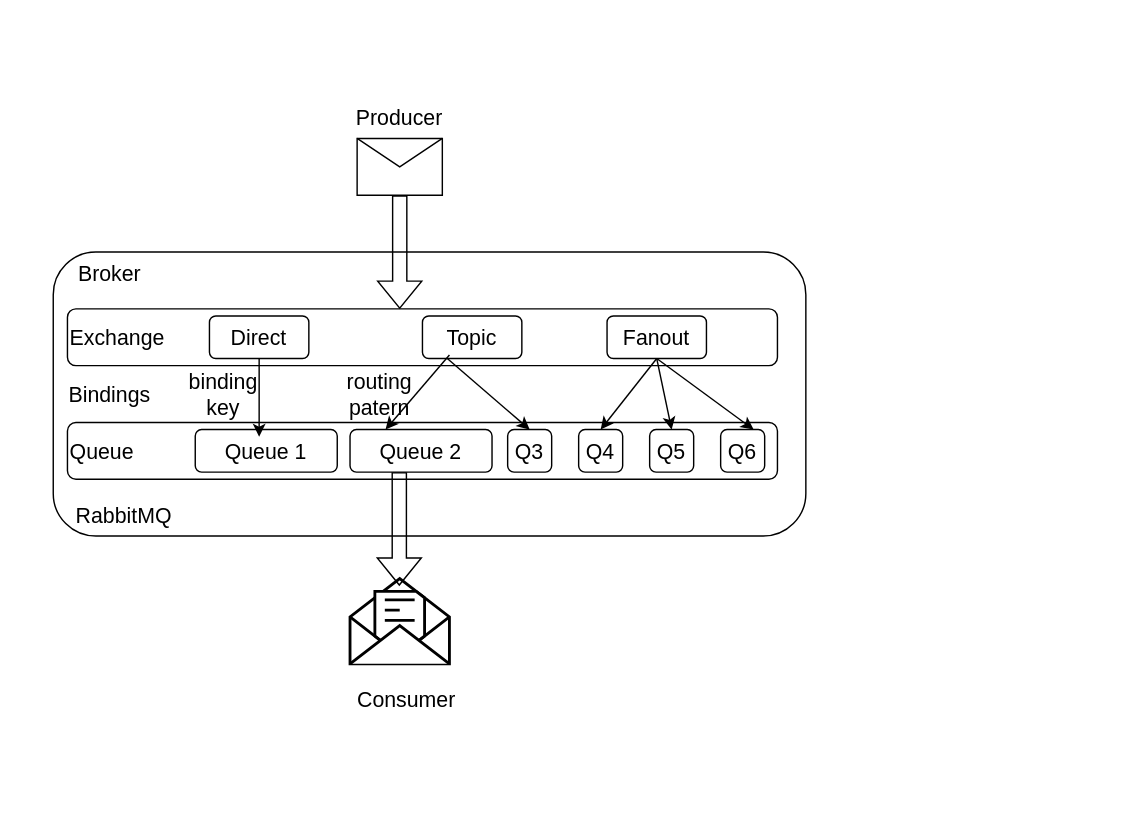
Above: RabbitMQ_Basics.drawio in quyettranvu/Diagram-Fullstack-SQL-Docker-Nginx (draw.io), before the change. Source tidied: cells renumbered, new cells numbered last; positions are measured from the earlier drawing's top-left corner, leaving out a move shared by most shapes. Both pictures are drawn from the tidied source at 142%, with x=0, y=0 at pixel (53, 95).
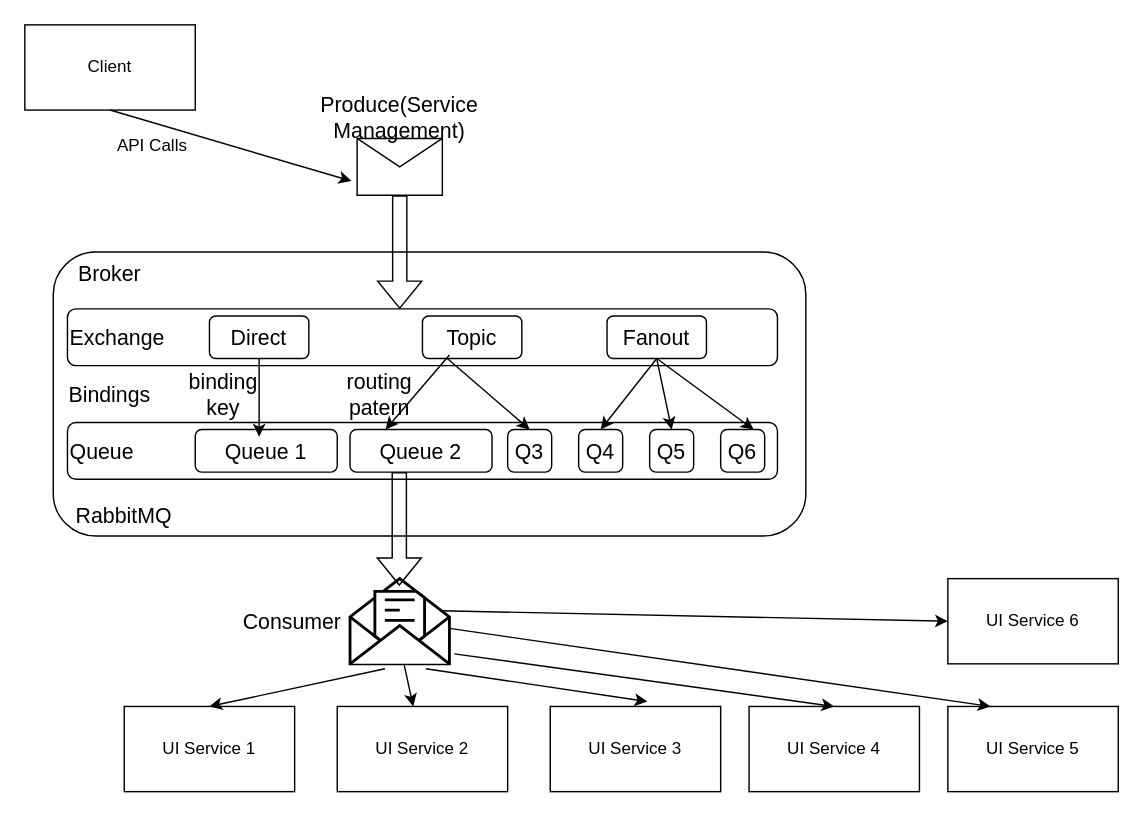
After the change.

Commit message:
Cập nhật RabbitMQ_Basics.drawio

Unchanged cells that the change refers to:
```xml
<mxCell id="3" style="html=1;verticalLabelPosition=bottom;align=center;labelBackgroundColor=#ffffff;verticalAlign=top;strokeWidth=2;shadow=0;dashed=0;shape=mxgraph.ios7.icons.envelope_(message);fontSize=15;" parent="1" vertex="1">
  <mxGeometry x="209" y="340" width="70" height="60" as="geometry" />
</mxCell>
```

Diff of the diagram source:
```diff
@@
-    <mxCell id="5" value="Producer" style="text;strokeColor=none;align=center;fillColor=none;html=1;verticalAlign=middle;whiteSpace=wrap;rounded=0;fontSize=15;" parent="1" vertex="1">
+    <mxCell id="5" value="Produce(Service Management)" style="text;strokeColor=none;align=center;fillColor=none;html=1;verticalAlign=middle;whiteSpace=wrap;rounded=0;fontSize=15;" parent="1" vertex="1">
       <mxGeometry x="214" width="60" height="30" as="geometry" />
     </mxCell>
     <mxCell id="6" value="Consumer" style="text;strokeColor=none;align=center;fillColor=none;html=1;verticalAlign=middle;whiteSpace=wrap;rounded=0;fontSize=15;" parent="1" vertex="1">
-      <mxGeometry x="219" y="410" width="60" height="30" as="geometry" />
+      <mxGeometry x="128" y="355" width="81" height="30" as="geometry" />
     </mxCell>
@@
+    <mxCell id="31" value="Client" style="rounded=0;whiteSpace=wrap;html=1;" parent="1" vertex="1">
+      <mxGeometry x="-20" y="-50" width="120" height="60" as="geometry" />
+    </mxCell>
+    <mxCell id="32" style="endArrow=classic;html=1;rounded=0;exitX=0.5;exitY=1;exitDx=0;exitDy=0;" parent="1" edge="1" source="31">
+      <mxGeometry relative="1" as="geometry">
+        <mxPoint x="210" y="60" as="targetPoint" />
+      </mxGeometry>
+    </mxCell>
+    <mxCell id="33" value="API Calls" style="text;strokeColor=none;align=center;fillColor=none;html=1;verticalAlign=middle;whiteSpace=wrap;rounded=0;" parent="1" vertex="1">
+      <mxGeometry x="40" y="20" width="60" height="30" as="geometry" />
+    </mxCell>
+    <mxCell id="34" value="UI Service 1" style="rounded=0;whiteSpace=wrap;html=1;" parent="1" vertex="1">
+      <mxGeometry x="50" y="430" width="120" height="60" as="geometry" />
+    </mxCell>
+    <mxCell id="35" value="UI Service 2" style="rounded=0;whiteSpace=wrap;html=1;" parent="1" vertex="1">
+      <mxGeometry x="200" y="430" width="120" height="60" as="geometry" />
+    </mxCell>
+    <mxCell id="36" value="UI Service 3" style="rounded=0;whiteSpace=wrap;html=1;" parent="1" vertex="1">
+      <mxGeometry x="350" y="430" width="120" height="60" as="geometry" />
+    </mxCell>
+    <mxCell id="37" value="UI Service 4" style="rounded=0;whiteSpace=wrap;html=1;" parent="1" vertex="1">
+      <mxGeometry x="490" y="430" width="120" height="60" as="geometry" />
+    </mxCell>
+    <mxCell id="38" value="UI Service 5" style="rounded=0;whiteSpace=wrap;html=1;" parent="1" vertex="1">
+      <mxGeometry x="630" y="430" width="120" height="60" as="geometry" />
+    </mxCell>
+    <mxCell id="39" value="UI Service 6" style="rounded=0;whiteSpace=wrap;html=1;" parent="1" vertex="1">
+      <mxGeometry x="630" y="340" width="120" height="60" as="geometry" />
+    </mxCell>
+    <mxCell id="40" style="endArrow=classic;html=1;rounded=0;exitX=0.351;exitY=1.057;exitDx=0;exitDy=0;exitPerimeter=0;entryX=0.5;entryY=0;entryDx=0;entryDy=0;" parent="1" edge="1" source="3" target="34">
+      <mxGeometry relative="1" as="geometry" />
+    </mxCell>
+    <mxCell id="41" style="endArrow=classic;html=1;rounded=0;exitX=0.546;exitY=1.017;exitDx=0;exitDy=0;exitPerimeter=0;" parent="1" edge="1" source="3" target="35">
+      <mxGeometry relative="1" as="geometry" />
+    </mxCell>
+    <mxCell id="42" style="endArrow=classic;html=1;rounded=0;exitX=0.763;exitY=1.057;exitDx=0;exitDy=0;exitPerimeter=0;entryX=0.57;entryY=-0.057;entryDx=0;entryDy=0;entryPerimeter=0;" parent="1" edge="1" source="3" target="36">
+      <mxGeometry relative="1" as="geometry" />
+    </mxCell>
+    <mxCell id="43" style="endArrow=classic;html=1;rounded=0;exitX=1.049;exitY=0.883;exitDx=0;exitDy=0;exitPerimeter=0;entryX=0.5;entryY=0;entryDx=0;entryDy=0;" parent="1" edge="1" source="3" target="37">
+      <mxGeometry relative="1" as="geometry" />
+    </mxCell>
+    <mxCell id="44" style="endArrow=classic;html=1;rounded=0;entryX=0.25;entryY=0;entryDx=0;entryDy=0;" parent="1" edge="1" source="3" target="38">
+      <mxGeometry relative="1" as="geometry" />
+    </mxCell>
+    <mxCell id="45" style="endArrow=classic;html=1;rounded=0;exitX=0.911;exitY=0.377;exitDx=0;exitDy=0;exitPerimeter=0;entryX=0;entryY=0.5;entryDx=0;entryDy=0;" parent="1" edge="1" source="3" target="39">
+      <mxGeometry relative="1" as="geometry" />
+    </mxCell>
```
